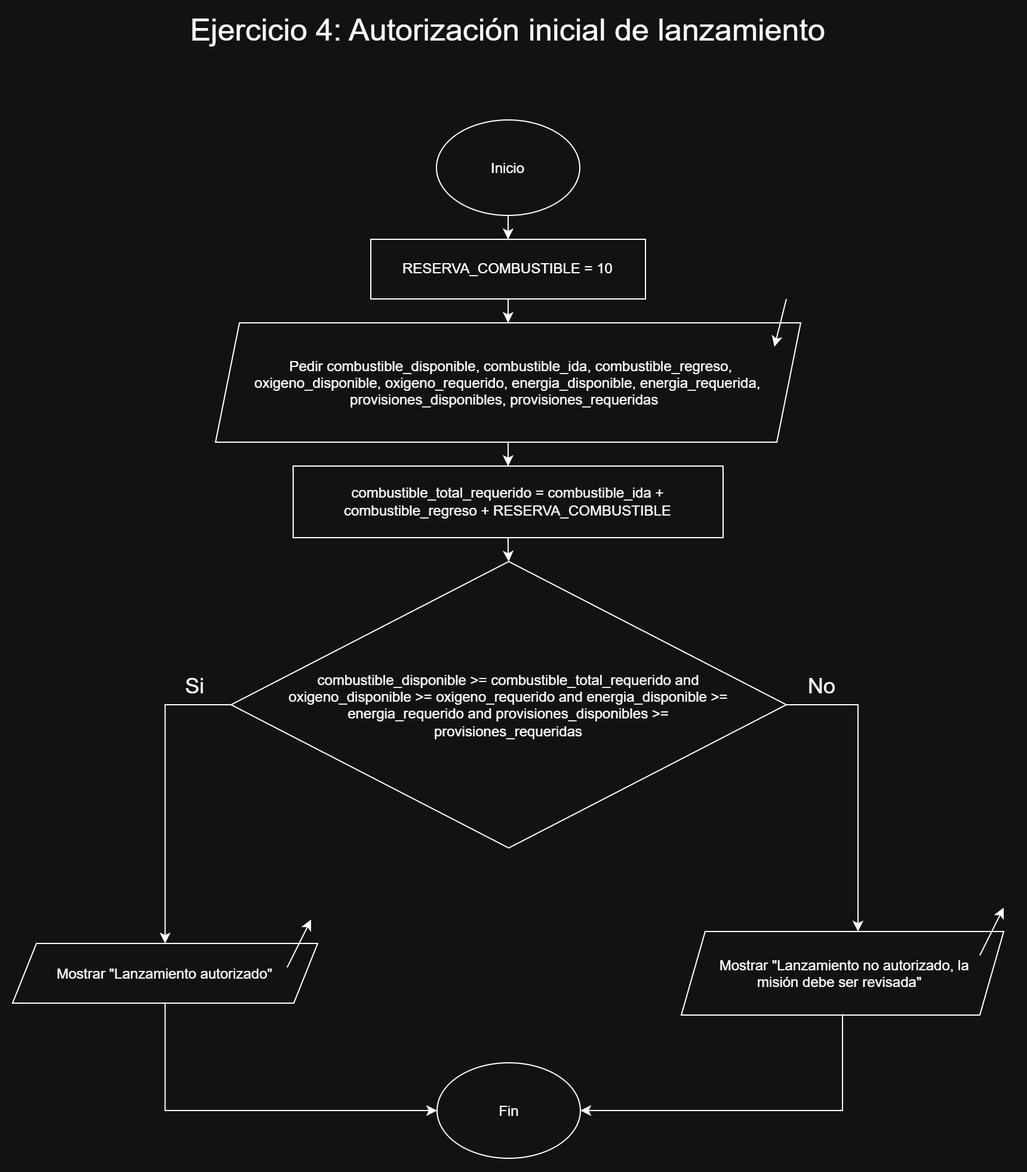
Above: documentacion/ejercicio4_diagrama.png in julian26-salazar04/mision-orbita (draw.io), before the change. Source tidied: cells renumbered, new cells last; positions are measured from the earlier drawing's top-left corner, leaving out a move shared by most shapes.
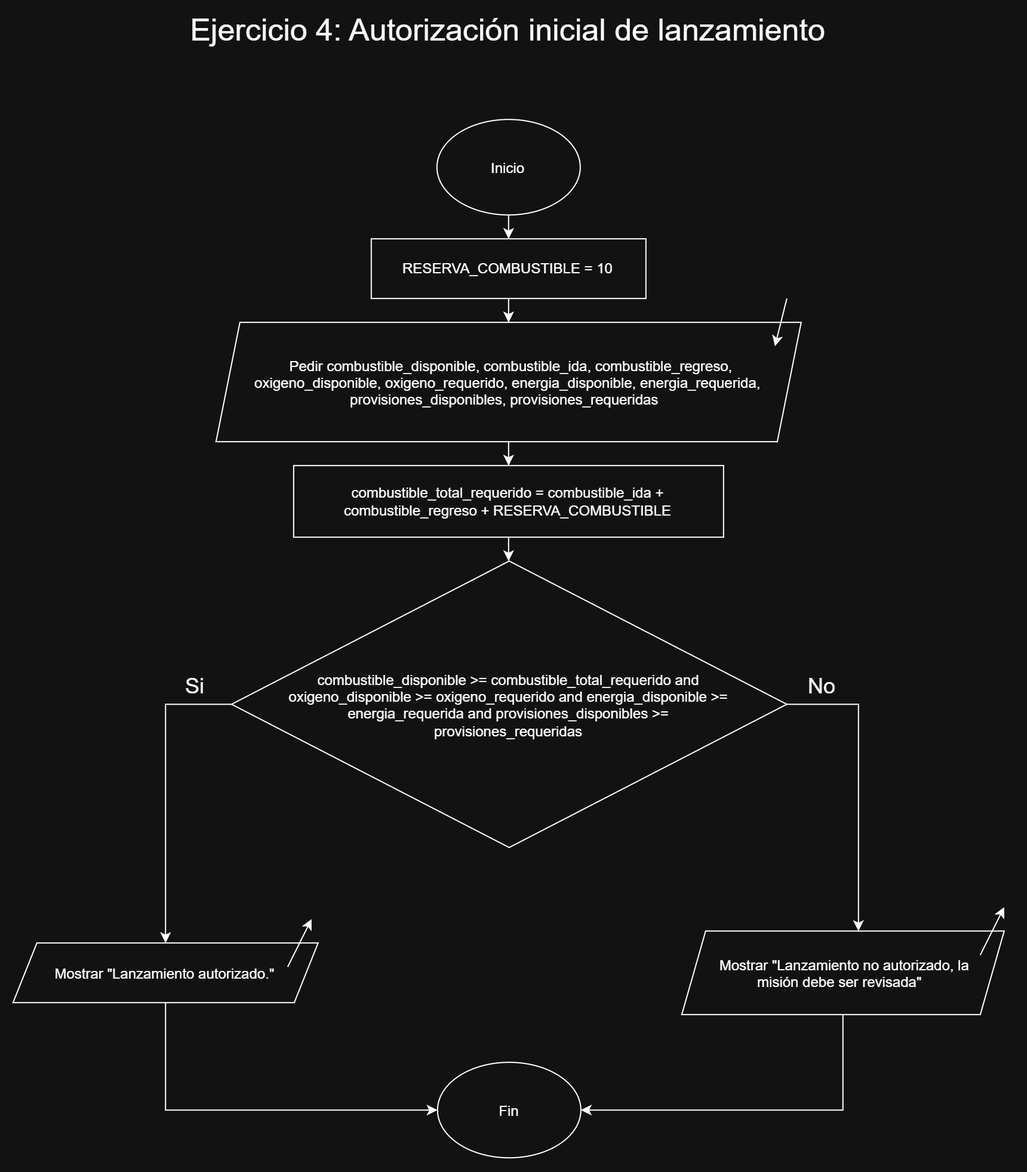
The same diagram one commit later.

Commit message:
Actualiza algunos detalles finales en los diagramas del avance 1

The edit, as a diff of the source:
```diff
@@ -26,10 +26,10 @@
     <mxCell id="9" value="combustible_total_requerido = combustible_ida + combustible_regreso + RESERVA_COMBUSTIBLE" style="rounded=0;whiteSpace=wrap;html=1;" parent="1" vertex="1">
       <mxGeometry x="235" y="380" width="360" height="60" as="geometry" />
     </mxCell>
-    <mxCell id="10" value="combustible_disponible &amp;gt;= combustible_total_requerido and oxigeno_disponible &amp;gt;= oxigeno_requerido and energia_disponible &amp;gt;= energia_requerido and provisiones_disponibles &amp;gt;= provisiones_requeridas" style="rhombus;whiteSpace=wrap;html=1;shapeInside=1;" parent="1" vertex="1">
+    <mxCell id="10" value="combustible_disponible &amp;gt;= combustible_total_requerido and oxigeno_disponible &amp;gt;= oxigeno_requerido and energia_disponible &amp;gt;= energia_requerida and provisiones_disponibles &amp;gt;= provisiones_requeridas" style="rhombus;whiteSpace=wrap;html=1;shapeInside=1;" parent="1" vertex="1">
       <mxGeometry x="183" y="460" width="465" height="240" as="geometry" />
     </mxCell>
-    <mxCell id="11" value="Mostrar &quot;Lanzamiento autorizado&quot;" style="shape=parallelogram;perimeter=parallelogramPerimeter;whiteSpace=wrap;html=1;shapeInside=1;fixedSize=1;" parent="1" vertex="1">
+    <mxCell id="11" value="Mostrar &quot;Lanzamiento autorizado.&quot;" style="shape=parallelogram;perimeter=parallelogramPerimeter;whiteSpace=wrap;html=1;shapeInside=1;fixedSize=1;" parent="1" vertex="1">
       <mxGeometry y="780" width="255.5" height="50" as="geometry" />
     </mxCell>
     <mxCell id="12" style="endArrow=classic;html=1;rounded=0;" parent="1" edge="1">
```
